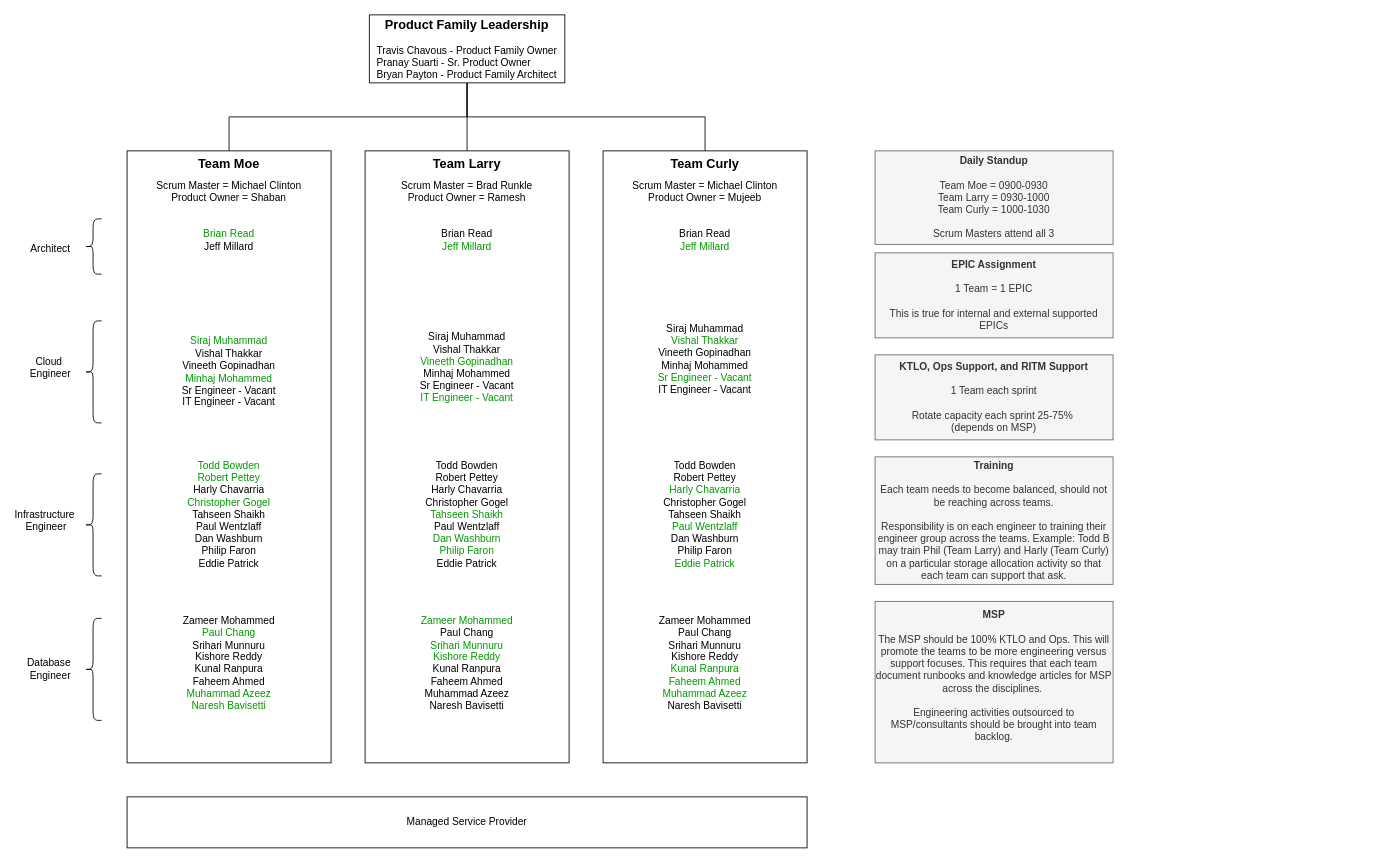
Before: page "Agile Teams" (5 of 5) of images/itsm.drawio in bpayt2/temp, a draw.io diagram. Source tidied: cells renumbered, new cells numbered last; positions are measured from the earlier drawing's top-left corner, leaving out a move shared by most shapes. Both pictures are drawn from the tidied source at 85%, with x=0, y=0 at pixel (16, 14).
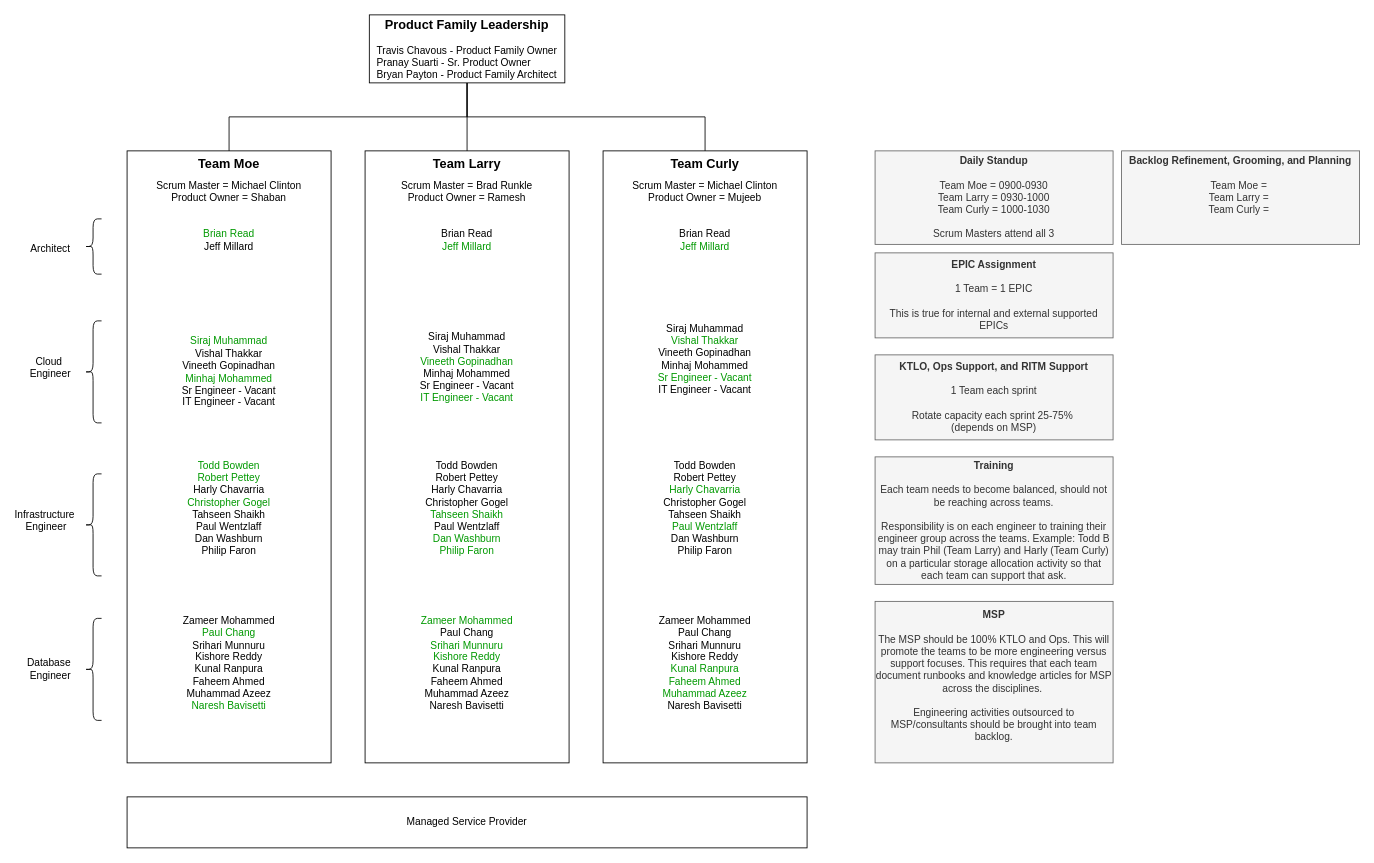
After the change.

Change to the diagram source:
```diff
@@
-    <mxCell id="21" value="&lt;font style=&quot;color: rgb(0, 153, 0);&quot;&gt;Todd Bowden&lt;/font&gt;&lt;div&gt;&lt;font style=&quot;color: rgb(0, 153, 0);&quot;&gt;Robert Pettey&lt;/font&gt;&lt;/div&gt;&lt;div&gt;Harly Chavarria&lt;/div&gt;&lt;div&gt;&lt;font style=&quot;color: rgb(0, 153, 0);&quot;&gt;Christopher Gogel&lt;/font&gt;&lt;/div&gt;&lt;div&gt;Tahseen Shaikh&lt;/div&gt;&lt;div&gt;Paul Wentzlaff&lt;/div&gt;&lt;div&gt;Dan Washburn&lt;/div&gt;&lt;div&gt;Philip Faron&lt;/div&gt;&lt;div&gt;Eddie Patrick&lt;/div&gt;&lt;div&gt;&lt;br&gt;&lt;/div&gt;" style="text;html=1;whiteSpace=wrap;strokeColor=none;fillColor=none;align=center;verticalAlign=middle;rounded=0;" parent="1" vertex="1">
+    <mxCell id="21" value="&lt;font style=&quot;color: rgb(0, 153, 0);&quot;&gt;Todd Bowden&lt;/font&gt;&lt;div&gt;&lt;font style=&quot;color: rgb(0, 153, 0);&quot;&gt;Robert Pettey&lt;/font&gt;&lt;/div&gt;&lt;div&gt;Harly Chavarria&lt;/div&gt;&lt;div&gt;&lt;font style=&quot;color: rgb(0, 153, 0);&quot;&gt;Christopher Gogel&lt;/font&gt;&lt;/div&gt;&lt;div&gt;Tahseen Shaikh&lt;/div&gt;&lt;div&gt;Paul Wentzlaff&lt;/div&gt;&lt;div&gt;Dan Washburn&lt;/div&gt;&lt;div&gt;Philip Faron&lt;/div&gt;&lt;div&gt;&lt;br&gt;&lt;/div&gt;&lt;div&gt;&lt;br&gt;&lt;/div&gt;" style="text;html=1;whiteSpace=wrap;strokeColor=none;fillColor=none;align=center;verticalAlign=middle;rounded=0;" parent="1" vertex="1">
       <mxGeometry x="165" y="540" width="170" height="110" as="geometry" />
     </mxCell>
-    <mxCell id="22" value="&lt;div&gt;Zameer Mohammed&lt;/div&gt;&lt;div&gt;&lt;font style=&quot;color: rgb(0, 153, 0);&quot;&gt;Paul Chang&lt;/font&gt;&lt;/div&gt;&lt;div&gt;Srihari Munnuru&lt;/div&gt;&lt;div&gt;Kishore Reddy&lt;/div&gt;&lt;div&gt;Kunal Ranpura&lt;/div&gt;&lt;div&gt;Faheem Ahmed&lt;/div&gt;&lt;div&gt;&lt;font style=&quot;color: rgb(0, 153, 0);&quot;&gt;Muhammad Azeez&lt;/font&gt;&lt;/div&gt;&lt;div&gt;&lt;font style=&quot;color: rgb(0, 153, 0);&quot;&gt;Naresh Bavisetti&lt;/font&gt;&lt;/div&gt;&lt;div&gt;&lt;br&gt;&lt;/div&gt;" style="text;html=1;whiteSpace=wrap;strokeColor=none;fillColor=none;align=center;verticalAlign=middle;rounded=0;" parent="1" vertex="1">
+    <mxCell id="22" value="&lt;div&gt;Zameer Mohammed&lt;/div&gt;&lt;div&gt;&lt;font style=&quot;color: rgb(0, 153, 0);&quot;&gt;Paul Chang&lt;/font&gt;&lt;/div&gt;&lt;div&gt;Srihari Munnuru&lt;/div&gt;&lt;div&gt;Kishore Reddy&lt;/div&gt;&lt;div&gt;Kunal Ranpura&lt;/div&gt;&lt;div&gt;Faheem Ahmed&lt;/div&gt;&lt;div&gt;&lt;font style=&quot;color: rgb(0, 0, 0);&quot;&gt;Muhammad Azeez&lt;/font&gt;&lt;/div&gt;&lt;div&gt;&lt;font style=&quot;color: rgb(0, 153, 0);&quot;&gt;Naresh Bavisetti&lt;/font&gt;&lt;/div&gt;&lt;div&gt;&lt;br&gt;&lt;/div&gt;" style="text;html=1;whiteSpace=wrap;strokeColor=none;fillColor=none;align=center;verticalAlign=middle;rounded=0;" parent="1" vertex="1">
       <mxGeometry x="165" y="715" width="170" height="110" as="geometry" />
     </mxCell>
-    <mxCell id="23" value="Todd Bowden&lt;div&gt;Robert Pettey&lt;/div&gt;&lt;div&gt;Harly Chavarria&lt;/div&gt;&lt;div&gt;Christopher Gogel&lt;/div&gt;&lt;div&gt;&lt;font style=&quot;color: rgb(0, 153, 0);&quot;&gt;Tahseen Shaikh&lt;/font&gt;&lt;/div&gt;&lt;div&gt;Paul Wentzlaff&lt;/div&gt;&lt;div&gt;&lt;font style=&quot;color: rgb(0, 153, 0);&quot;&gt;Dan Washburn&lt;/font&gt;&lt;/div&gt;&lt;div&gt;&lt;font style=&quot;color: rgb(0, 153, 0);&quot;&gt;Philip Faron&lt;/font&gt;&lt;/div&gt;&lt;div&gt;Eddie Patrick&lt;/div&gt;&lt;div&gt;&lt;br&gt;&lt;/div&gt;" style="text;html=1;whiteSpace=wrap;strokeColor=none;fillColor=none;align=center;verticalAlign=middle;rounded=0;" parent="1" vertex="1">
+    <mxCell id="23" value="Todd Bowden&lt;div&gt;Robert Pettey&lt;/div&gt;&lt;div&gt;Harly Chavarria&lt;/div&gt;&lt;div&gt;Christopher Gogel&lt;/div&gt;&lt;div&gt;&lt;font style=&quot;color: rgb(0, 153, 0);&quot;&gt;Tahseen Shaikh&lt;/font&gt;&lt;/div&gt;&lt;div&gt;Paul Wentzlaff&lt;/div&gt;&lt;div&gt;&lt;font style=&quot;color: rgb(0, 153, 0);&quot;&gt;Dan Washburn&lt;/font&gt;&lt;/div&gt;&lt;div&gt;&lt;font style=&quot;color: rgb(0, 153, 0);&quot;&gt;Philip Faron&lt;/font&gt;&lt;/div&gt;&lt;div&gt;&lt;br&gt;&lt;/div&gt;&lt;div&gt;&lt;br&gt;&lt;/div&gt;" style="text;html=1;whiteSpace=wrap;strokeColor=none;fillColor=none;align=center;verticalAlign=middle;rounded=0;" parent="1" vertex="1">
       <mxGeometry x="445" y="540" width="170" height="110" as="geometry" />
     </mxCell>
-    <mxCell id="24" value="Todd Bowden&lt;div&gt;Robert Pettey&lt;/div&gt;&lt;div&gt;&lt;font style=&quot;color: rgb(0, 153, 0);&quot;&gt;Harly Chavarria&lt;/font&gt;&lt;/div&gt;&lt;div&gt;Christopher Gogel&lt;/div&gt;&lt;div&gt;Tahseen Shaikh&lt;/div&gt;&lt;div&gt;&lt;font style=&quot;color: rgb(0, 153, 0);&quot;&gt;Paul Wentzlaff&lt;/font&gt;&lt;/div&gt;&lt;div&gt;Dan Washburn&lt;/div&gt;&lt;div&gt;Philip Faron&lt;/div&gt;&lt;div&gt;&lt;font style=&quot;color: rgb(0, 153, 0);&quot;&gt;Eddie Patrick&lt;/font&gt;&lt;/div&gt;&lt;div&gt;&lt;br&gt;&lt;/div&gt;" style="text;html=1;whiteSpace=wrap;strokeColor=none;fillColor=none;align=center;verticalAlign=middle;rounded=0;" parent="1" vertex="1">
+    <mxCell id="24" value="Todd Bowden&lt;div&gt;Robert Pettey&lt;/div&gt;&lt;div&gt;&lt;font style=&quot;color: rgb(0, 153, 0);&quot;&gt;Harly Chavarria&lt;/font&gt;&lt;/div&gt;&lt;div&gt;Christopher Gogel&lt;/div&gt;&lt;div&gt;Tahseen Shaikh&lt;/div&gt;&lt;div&gt;&lt;font style=&quot;color: rgb(0, 153, 0);&quot;&gt;Paul Wentzlaff&lt;/font&gt;&lt;/div&gt;&lt;div&gt;Dan Washburn&lt;/div&gt;&lt;div&gt;Philip Faron&lt;/div&gt;&lt;div&gt;&lt;br&gt;&lt;/div&gt;&lt;div&gt;&lt;br&gt;&lt;/div&gt;" style="text;html=1;whiteSpace=wrap;strokeColor=none;fillColor=none;align=center;verticalAlign=middle;rounded=0;" parent="1" vertex="1">
       <mxGeometry x="725" y="540" width="170" height="110" as="geometry" />
     </mxCell>
@@
+    <mxCell id="38" value="&lt;b&gt;Backlog Refinement, Grooming, and Planning&lt;/b&gt;&lt;div&gt;&lt;br&gt;&lt;/div&gt;&lt;div&gt;Team Moe =&amp;nbsp;&lt;/div&gt;&lt;div&gt;Team Larry =&amp;nbsp;&lt;/div&gt;&lt;div&gt;Team Curly =&amp;nbsp;&lt;/div&gt;&lt;div&gt;&lt;br&gt;&lt;/div&gt;&lt;div&gt;&lt;br&gt;&lt;/div&gt;" style="rounded=0;whiteSpace=wrap;html=1;fillColor=#f5f5f5;fontColor=#333333;strokeColor=#666666;" parent="1" vertex="1">
+      <mxGeometry x="1300" y="160" width="280" height="110" as="geometry" />
+    </mxCell>
```
